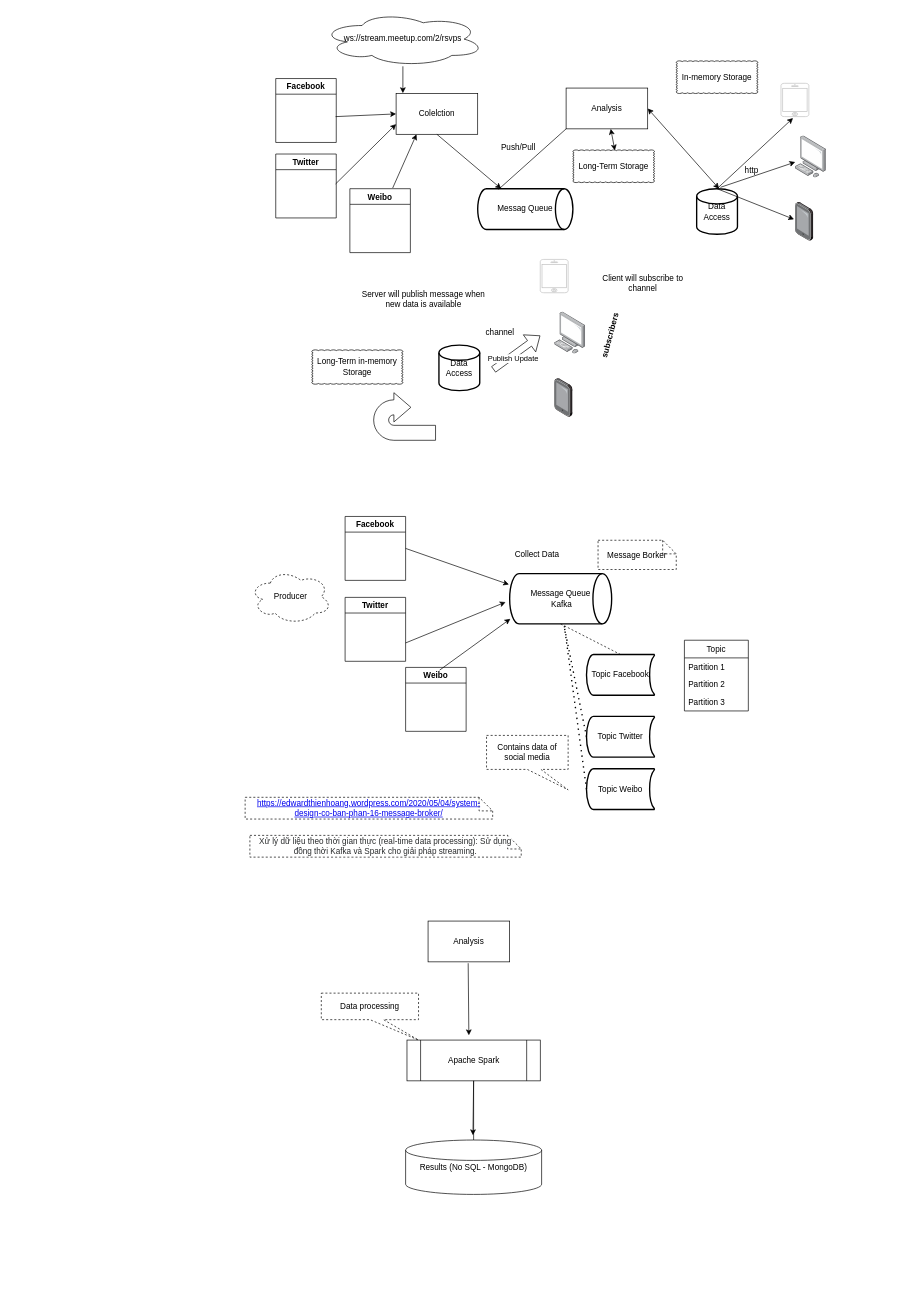
tuankhoi2206/Draft-system-overview keeps this draw.io diagram as Realtime-overview.drawio. Above is the earlier version. Source tidied: cells renumbered, new cells numbered last; positions are measured from the earlier drawing's top-left corner, leaving out a move shared by most shapes. Both pictures are drawn from the tidied source at 68%, with x=0, y=0 at pixel (245, 12).
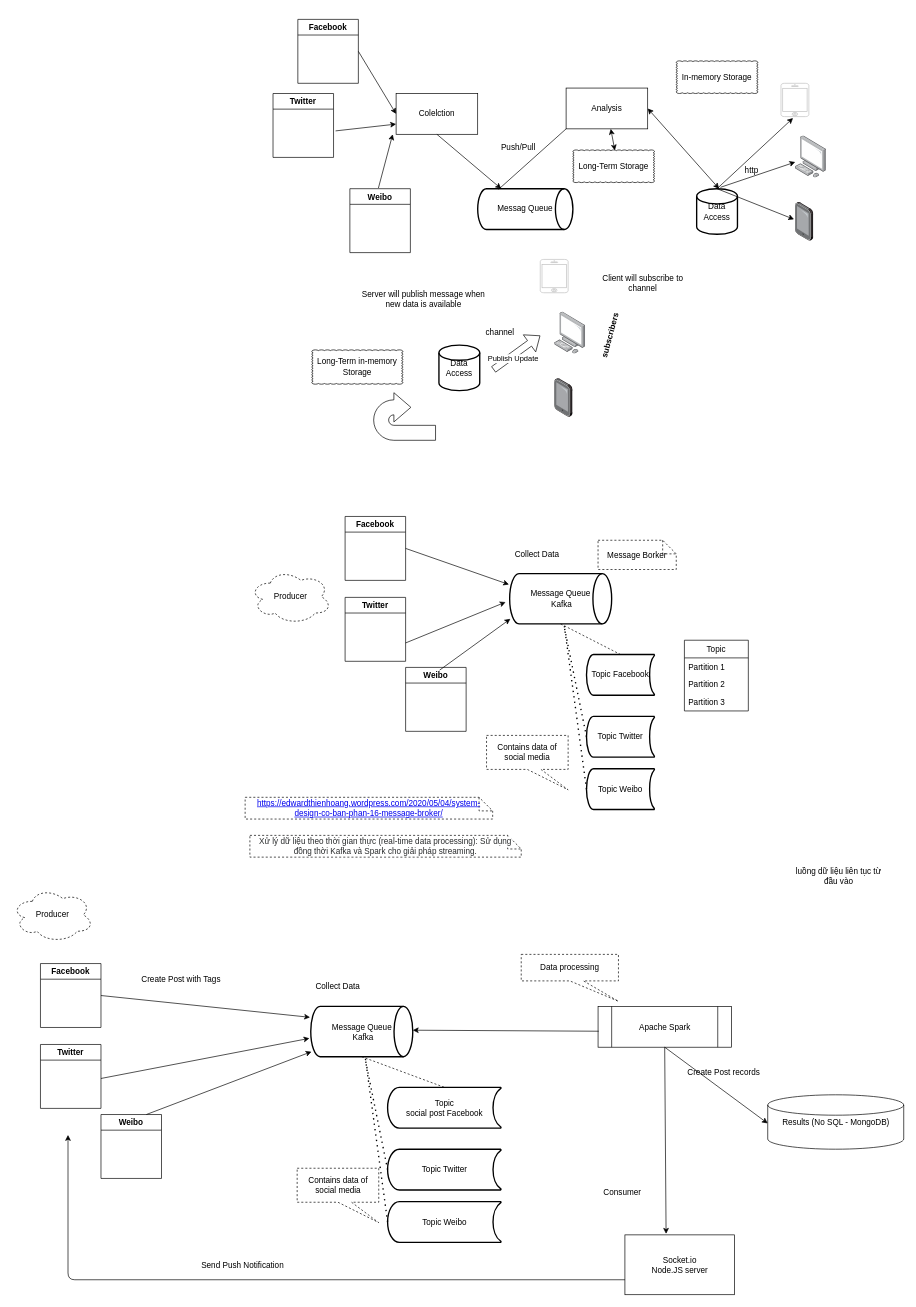
The same page after the edit.

The change refers to these unchanged cells:
```xml
<mxCell id="5" value="Colelction" style="rounded=0;whiteSpace=wrap;html=1;" parent="1" vertex="1">
  <mxGeometry x="222" y="120" width="120" height="60" as="geometry" />
</mxCell>
```

Diff of the diagram source:
```diff
@@
-    <mxCell id="2" style="edgeStyle=orthogonalEdgeStyle;rounded=0;jettySize=auto;html=1;entryX=0.083;entryY=-0.008;entryDx=0;entryDy=0;entryPerimeter=0;" parent="1" edge="1" source="3" target="5">
-      <mxGeometry relative="1" as="geometry" />
-    </mxCell>
-    <mxCell id="3" value="ws://stream.meetup.com/2/rsvps" style="ellipse;shape=cloud;whiteSpace=wrap;html=1;" parent="1" vertex="1">
-      <mxGeometry x="112" width="240" height="80" as="geometry" />
-    </mxCell>
@@
     <mxCell id="34" value="Facebook" style="swimlane;" parent="1" vertex="1">
-      <mxGeometry x="45" y="98" width="89" height="94" as="geometry" />
+      <mxGeometry x="77.5" y="11" width="89" height="94" as="geometry" />
     </mxCell>
-    <mxCell id="35" style="endArrow=classic;html=1;entryX=0;entryY=0.5;entryDx=0;entryDy=0;" parent="1" edge="1" target="5">
-      <mxGeometry relative="1" as="geometry">
-        <mxPoint x="133" y="154" as="sourcePoint" />
-      </mxGeometry>
+    <mxCell id="35" style="endArrow=classic;html=1;entryX=0;entryY=0.5;entryDx=0;entryDy=0;exitX=1;exitY=0.5;exitDx=0;exitDy=0;" parent="1" edge="1" source="34" target="5">
+      <mxGeometry relative="1" as="geometry" />
     </mxCell>
     <mxCell id="36" value="Twitter" style="swimlane;" parent="1" vertex="1">
-      <mxGeometry x="45" y="209" width="89" height="94" as="geometry" />
+      <mxGeometry x="41" y="120" width="89" height="94" as="geometry" />
     </mxCell>
@@
     <mxCell id="38" style="endArrow=classic;html=1;entryX=0;entryY=0.75;entryDx=0;entryDy=0;" parent="1" edge="1" target="5">
       <mxGeometry relative="1" as="geometry">
-        <mxPoint x="133" y="253" as="sourcePoint" />
+        <mxPoint x="133" y="175" as="sourcePoint" />
       </mxGeometry>
     </mxCell>
-    <mxCell id="39" style="endArrow=classic;html=1;entryX=0.25;entryY=1;entryDx=0;entryDy=0;" parent="1" edge="1" target="5">
+    <mxCell id="39" style="endArrow=classic;html=1;" parent="1" edge="1">
       <mxGeometry relative="1" as="geometry">
-        <mxPoint x="217" y="259" as="sourcePoint" />
+        <mxPoint x="196" y="259" as="sourcePoint" />
+        <mxPoint x="217" y="180" as="targetPoint" />
       </mxGeometry>
     </mxCell>
@@
+    <mxCell id="70" value="Message Queue&lt;br&gt;&amp;nbsp;Kafka" style="strokeWidth=2;html=1;shape=mxgraph.flowchart.direct_data;whiteSpace=wrap;" parent="1" vertex="1">
+      <mxGeometry x="96.5" y="1462.5" width="150" height="74" as="geometry" />
+    </mxCell>
+    <mxCell id="71" style="endArrow=classic;html=1;entryX=-0.007;entryY=0.217;entryDx=0;entryDy=0;exitX=1;exitY=0.5;exitDx=0;exitDy=0;entryPerimeter=0;" parent="1" edge="1" source="75" target="70">
+      <mxGeometry relative="1" as="geometry" />
+    </mxCell>
+    <mxCell id="72" value="Weibo" style="swimlane;" parent="1" vertex="1">
+      <mxGeometry x="-212" y="1621.5" width="89" height="94" as="geometry" />
+    </mxCell>
+    <mxCell id="73" style="endArrow=classic;html=1;entryX=-0.013;entryY=0.635;entryDx=0;entryDy=0;entryPerimeter=0;" parent="1" edge="1" target="70">
+      <mxGeometry relative="1" as="geometry">
+        <mxPoint x="-212" y="1568.5" as="sourcePoint" />
+      </mxGeometry>
+    </mxCell>
+    <mxCell id="74" style="endArrow=classic;html=1;entryX=0.007;entryY=0.9;entryDx=0;entryDy=0;entryPerimeter=0;exitX=0.75;exitY=0;exitDx=0;exitDy=0;" parent="1" edge="1" source="72" target="70">
+      <mxGeometry relative="1" as="geometry" />
+    </mxCell>
+    <mxCell id="75" value="Facebook" style="swimlane;" parent="1" vertex="1">
+      <mxGeometry x="-301" y="1399.5" width="89" height="94" as="geometry" />
+    </mxCell>
+    <mxCell id="76" value="Twitter" style="swimlane;" parent="1" vertex="1">
+      <mxGeometry x="-301" y="1518.5" width="89" height="94" as="geometry" />
+    </mxCell>
+    <mxCell id="77" value="Collect Data&lt;br&gt;" style="text;html=1;strokeColor=none;fillColor=none;align=center;verticalAlign=middle;whiteSpace=wrap;rounded=0;" parent="1" vertex="1">
+      <mxGeometry x="98" y="1420.5" width="77" height="27" as="geometry" />
+    </mxCell>
+    <mxCell id="78" value="Topic &lt;br&gt;social post Facebook" style="strokeWidth=2;html=1;shape=mxgraph.flowchart.stored_data;whiteSpace=wrap;" parent="1" vertex="1">
+      <mxGeometry x="209.5" y="1581.5" width="167" height="60" as="geometry" />
+    </mxCell>
+    <mxCell id="79" style="endArrow=none;dashed=1;html=1;exitX=0.5;exitY=1;exitDx=0;exitDy=0;exitPerimeter=0;entryX=0.5;entryY=0;entryDx=0;entryDy=0;entryPerimeter=0;" parent="1" edge="1" source="70" target="78">
+      <mxGeometry relative="1" as="geometry" />
+    </mxCell>
+    <mxCell id="80" value="Topic Twitter" style="strokeWidth=2;html=1;shape=mxgraph.flowchart.stored_data;whiteSpace=wrap;" parent="1" vertex="1">
+      <mxGeometry x="209.5" y="1672.5" width="167" height="60" as="geometry" />
+    </mxCell>
+    <mxCell id="81" style="endArrow=none;dashed=1;html=1;dashPattern=1 3;strokeWidth=2;exitX=0;exitY=0.5;exitDx=0;exitDy=0;exitPerimeter=0;" parent="1" edge="1" source="80">
+      <mxGeometry relative="1" as="geometry">
+        <mxPoint x="176.5" y="1539.5" as="targetPoint" />
+      </mxGeometry>
+    </mxCell>
+    <mxCell id="82" value="Topic Weibo&lt;br&gt;" style="strokeWidth=2;html=1;shape=mxgraph.flowchart.stored_data;whiteSpace=wrap;" parent="1" vertex="1">
+      <mxGeometry x="209.5" y="1749.5" width="167" height="60" as="geometry" />
+    </mxCell>
+    <mxCell id="83" style="endArrow=none;dashed=1;html=1;dashPattern=1 3;strokeWidth=2;exitX=0;exitY=0.5;exitDx=0;exitDy=0;exitPerimeter=0;" parent="1" edge="1" source="82">
+      <mxGeometry relative="1" as="geometry">
+        <mxPoint x="176.5" y="1536.5" as="targetPoint" />
+      </mxGeometry>
+    </mxCell>
+    <mxCell id="84" value="Producer" style="ellipse;shape=cloud;whiteSpace=wrap;html=1;dashed=1;" parent="1" vertex="1">
+      <mxGeometry x="-343" y="1288" width="120" height="80" as="geometry" />
+    </mxCell>
+    <mxCell id="85" value="Contains data of social media" style="shape=callout;whiteSpace=wrap;html=1;perimeter=calloutPerimeter;dashed=1;position2=1;" parent="1" vertex="1">
+      <mxGeometry x="76.5" y="1700.5" width="120" height="80" as="geometry" />
+    </mxCell>
+    <mxCell id="86" value="Create Post with Tags" style="text;html=1;strokeColor=none;fillColor=none;align=center;verticalAlign=middle;whiteSpace=wrap;rounded=0;" parent="1" vertex="1">
+      <mxGeometry x="-155.5" y="1399.5" width="122" height="46" as="geometry" />
+    </mxCell>
     <mxCell id="63" value="Apache Spark" style="shape=process;whiteSpace=wrap;html=1;backgroundOutline=1;" parent="1" vertex="1">
-      <mxGeometry x="238" y="1512" width="196" height="60" as="geometry" />
+      <mxGeometry x="519" y="1462.5" width="196" height="60" as="geometry" />
     </mxCell>
-    <mxCell id="64" style="endArrow=classic;html=1;exitX=0.55;exitY=0.95;exitDx=0;exitDy=0;exitPerimeter=0;" parent="1" edge="1">
-      <mxGeometry relative="1" as="geometry">
-        <mxPoint x="328" y="1399" as="sourcePoint" />
-        <mxPoint x="329" y="1505" as="targetPoint" />
-      </mxGeometry>
-    </mxCell>
     <mxCell id="65" value="Data processing" style="shape=callout;whiteSpace=wrap;html=1;perimeter=calloutPerimeter;dashed=1;position2=1;" parent="1" vertex="1">
-      <mxGeometry x="112" y="1443" width="143" height="69" as="geometry" />
+      <mxGeometry x="406" y="1386" width="143" height="69" as="geometry" />
     </mxCell>
-    <mxCell id="66" style="endArrow=classic;html=1;exitX=0.5;exitY=1;exitDx=0;exitDy=0;" parent="1" edge="1" source="63">
-      <mxGeometry relative="1" as="geometry">
-        <mxPoint x="335" y="1652" as="targetPoint" />
-      </mxGeometry>
-    </mxCell>
-    <mxCell id="67" style="edgeStyle=orthogonalEdgeStyle;rounded=0;jettySize=auto;html=1;endArrow=none;endFill=0;" parent="1" edge="1" source="68" target="63">
-      <mxGeometry relative="1" as="geometry" />
-    </mxCell>
+    <mxCell id="87" style="endArrow=classic;html=1;entryX=1;entryY=0.5;entryDx=0;entryDy=0;entryPerimeter=0;exitX=0.005;exitY=0.642;exitDx=0;exitDy=0;exitPerimeter=0;" parent="1" edge="1">
+      <mxGeometry relative="1" as="geometry">
+        <mxPoint x="520" y="1499" as="sourcePoint" />
+        <mxPoint x="246.5" y="1497.5" as="targetPoint" />
+      </mxGeometry>
+    </mxCell>
+    <mxCell id="88" value="Socket.io&lt;br&gt;Node.JS server" style="rounded=0;whiteSpace=wrap;html=1;" parent="1" vertex="1">
+      <mxGeometry x="558.5" y="1798.5" width="161" height="88" as="geometry" />
+    </mxCell>
+    <mxCell id="89" style="endArrow=classic;html=1;exitX=0;exitY=0.75;exitDx=0;exitDy=0;" parent="1" edge="1" source="88">
+      <mxGeometry relative="1" as="geometry">
+        <mxPoint x="-260.5" y="1651.5" as="targetPoint" />
+        <Array as="points">
+          <mxPoint x="-260.5" y="1864.5" />
+        </Array>
+      </mxGeometry>
+    </mxCell>
     <mxCell id="68" value="Results (No SQL - MongoDB)" style="shape=cylinder2;whiteSpace=wrap;html=1;boundedLbl=1;backgroundOutline=1;size=15;" parent="1" vertex="1">
-      <mxGeometry x="236" y="1659" width="200" height="80" as="geometry" />
+      <mxGeometry x="768.5" y="1592.5" width="200" height="80" as="geometry" />
     </mxCell>
-    <mxCell id="69" value="&lt;span&gt;Analysis&lt;/span&gt;" style="rounded=0;whiteSpace=wrap;html=1;" parent="1" vertex="1">
-      <mxGeometry x="269" y="1337" width="120" height="60" as="geometry" />
-    </mxCell>
+    <mxCell id="90" style="endArrow=classic;html=1;exitX=0.5;exitY=1;exitDx=0;exitDy=0;entryX=0;entryY=0.525;entryDx=0;entryDy=0;entryPerimeter=0;" parent="1" edge="1" source="63" target="68">
+      <mxGeometry relative="1" as="geometry" />
+    </mxCell>
+    <mxCell id="91" value="Send Push Notification" style="text;html=1;strokeColor=none;fillColor=none;align=center;verticalAlign=middle;whiteSpace=wrap;rounded=0;" parent="1" vertex="1">
+      <mxGeometry x="-105" y="1832.5" width="203" height="20" as="geometry" />
+    </mxCell>
+    <mxCell id="92" value="Create Post records" style="text;html=1;strokeColor=none;fillColor=none;align=center;verticalAlign=middle;whiteSpace=wrap;rounded=0;" parent="1" vertex="1">
+      <mxGeometry x="643" y="1536.5" width="122" height="46" as="geometry" />
+    </mxCell>
+    <mxCell id="93" value="luồng dữ liệu liên tục từ đầu vào&lt;br&gt;" style="text;html=1;strokeColor=none;fillColor=none;align=center;verticalAlign=middle;whiteSpace=wrap;rounded=0;" parent="1" vertex="1">
+      <mxGeometry x="808" y="1253" width="130" height="35" as="geometry" />
+    </mxCell>
+    <mxCell id="94" style="endArrow=classic;html=1;exitX=0.5;exitY=1;exitDx=0;exitDy=0;entryX=0.376;entryY=-0.017;entryDx=0;entryDy=0;entryPerimeter=0;" parent="1" edge="1" source="63" target="88">
+      <mxGeometry relative="1" as="geometry" />
+    </mxCell>
+    <mxCell id="95" value="Consumer" style="text;html=1;strokeColor=none;fillColor=none;align=center;verticalAlign=middle;whiteSpace=wrap;rounded=0;dashed=1;" parent="1" vertex="1">
+      <mxGeometry x="522" y="1722" width="66" height="28" as="geometry" />
+    </mxCell>
```
